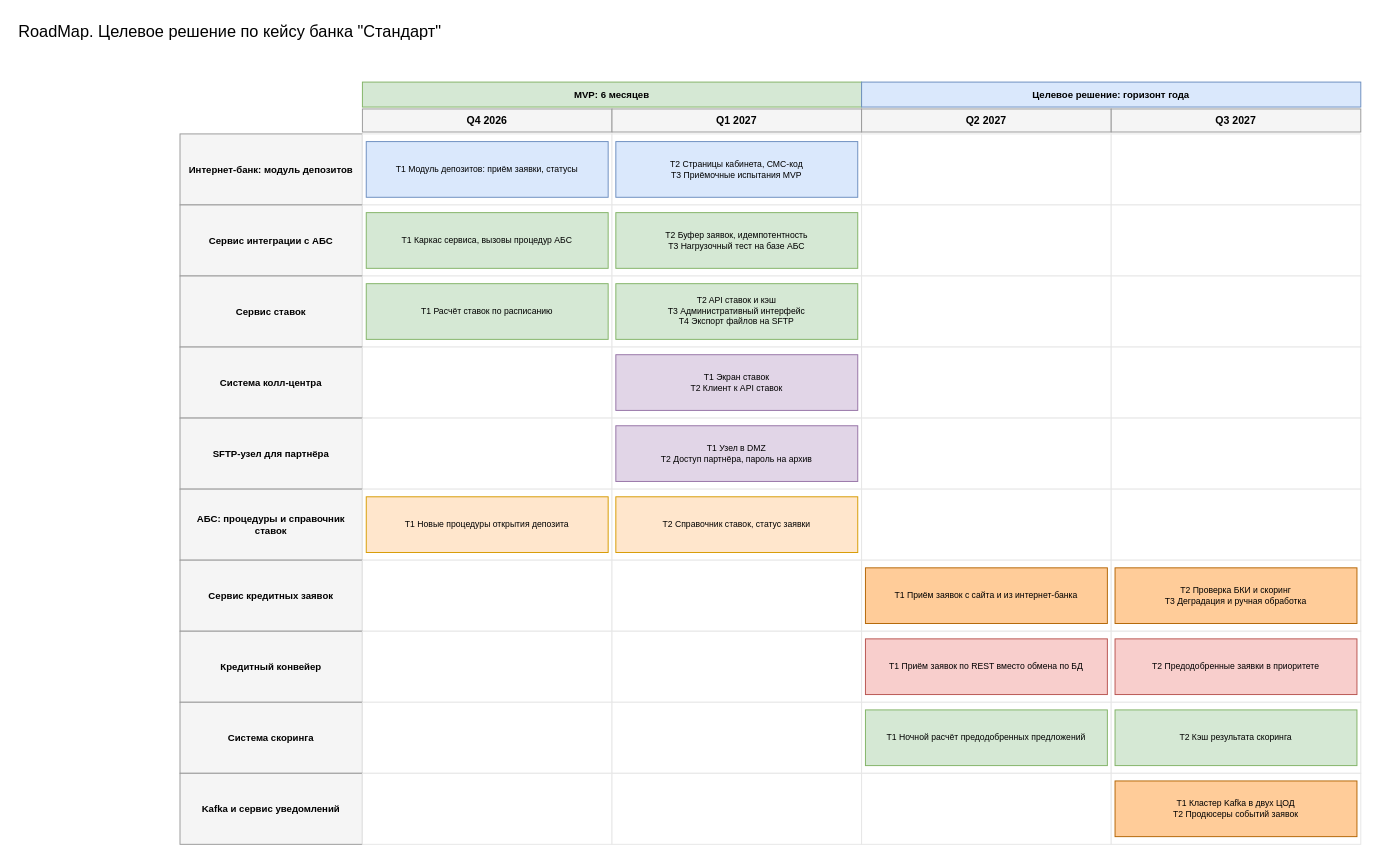
This is page "Roadmap" (1 of 2) of Task4/roadmap.drawio from navartis/s3-architecture-pro-standart, a draw.io file, before an edit. Source tidied: cells renumbered, new cells numbered last; positions are measured from the earlier drawing's top-left corner, leaving out a move shared by most shapes. Both pictures are drawn from the tidied source at 96%, with x=0, y=0 at pixel (16, 16).
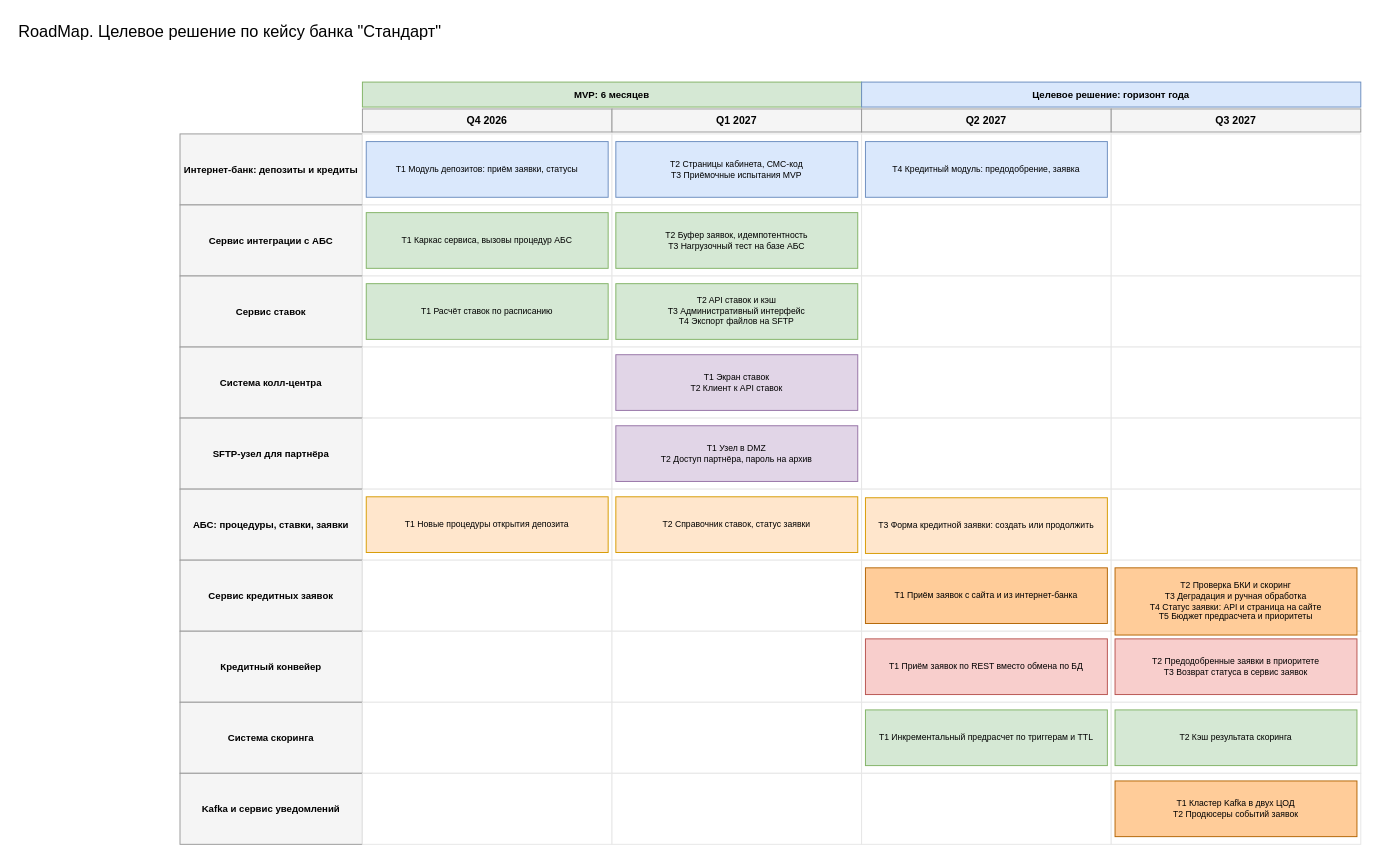
Above is the later version.

Diff of the diagram source:
```diff
@@
-    <mxCell id="9" value="Интернет-банк: модуль депозитов" style="fillColor=#f5f5f5;strokeColor=#999999;fontSize=10;fontStyle=1;whiteSpace=wrap;html=1;" parent="1" vertex="1">
+    <mxCell id="9" value="Интернет-банк: депозиты и кредиты" style="fillColor=#f5f5f5;strokeColor=#999999;fontSize=10;fontStyle=1;whiteSpace=wrap;html=1;" parent="1" vertex="1">
       <mxGeometry x="170" y="122" width="190" height="74" as="geometry" />
     </mxCell>
@@
-    <mxCell id="34" value="АБС: процедуры и справочник ставок" style="fillColor=#f5f5f5;strokeColor=#999999;fontSize=10;fontStyle=1;whiteSpace=wrap;html=1;" parent="1" vertex="1">
+    <mxCell id="34" value="АБС: процедуры, ставки, заявки" style="fillColor=#f5f5f5;strokeColor=#999999;fontSize=10;fontStyle=1;whiteSpace=wrap;html=1;" parent="1" vertex="1">
       <mxGeometry x="170" y="492" width="190" height="74" as="geometry" />
     </mxCell>
@@
-    <mxCell id="70" value="T2 Проверка БКИ и скоринг&lt;br&gt;T3 Деградация и ручная обработка" style="fillColor=#ffcc99;strokeColor=#b46504;fontSize=9;whiteSpace=wrap;html=1;" parent="1" vertex="1">
-      <mxGeometry x="1144" y="574" width="252" height="58" as="geometry" />
+    <mxCell id="70" value="T2 Проверка БКИ и скоринг&lt;br&gt;T3 Деградация и ручная обработка&lt;br&gt;T4 Статус заявки: API и страница на сайте&lt;br&gt;T5 Бюджет предрасчета и приоритеты" style="fillColor=#ffcc99;strokeColor=#b46504;fontSize=9;whiteSpace=wrap;html=1;" parent="1" vertex="1">
+      <mxGeometry x="1144" y="574" width="252" height="70" as="geometry" />
     </mxCell>
@@
-    <mxCell id="72" value="T2 Предодобренные заявки в приоритете" style="fillColor=#f8cecc;strokeColor=#b85450;fontSize=9;whiteSpace=wrap;html=1;" parent="1" vertex="1">
+    <mxCell id="72" value="T2 Предодобренные заявки в приоритете&lt;br&gt;T3 Возврат статуса в сервис заявок" style="fillColor=#f8cecc;strokeColor=#b85450;fontSize=9;whiteSpace=wrap;html=1;" parent="1" vertex="1">
       <mxGeometry x="1144" y="648" width="252" height="58" as="geometry" />
     </mxCell>
-    <mxCell id="73" value="T1 Ночной расчёт предодобренных предложений" style="fillColor=#d5e8d4;strokeColor=#82b366;fontSize=9;whiteSpace=wrap;html=1;" parent="1" vertex="1">
+    <mxCell id="73" value="T1 Инкрементальный предрасчет по триггерам и TTL" style="fillColor=#d5e8d4;strokeColor=#82b366;fontSize=9;whiteSpace=wrap;html=1;" parent="1" vertex="1">
       <mxGeometry x="884" y="722" width="252" height="58" as="geometry" />
     </mxCell>
@@
+    <mxCell id="76" value="T4 Кредитный модуль: предодобрение, заявка" style="fillColor=#dae8fc;strokeColor=#6c8ebf;fontSize=9;whiteSpace=wrap;html=1;" parent="1" vertex="1">
+      <mxGeometry x="884" y="130" width="252" height="58" as="geometry" />
+    </mxCell>
+    <mxCell id="77" value="T3 Форма кредитной заявки: создать или продолжить" style="fillColor=#ffe6cc;strokeColor=#d79b00;fontSize=9;whiteSpace=wrap;html=1;" parent="1" vertex="1">
+      <mxGeometry x="884" y="501" width="252" height="58" as="geometry" />
+    </mxCell>
```
